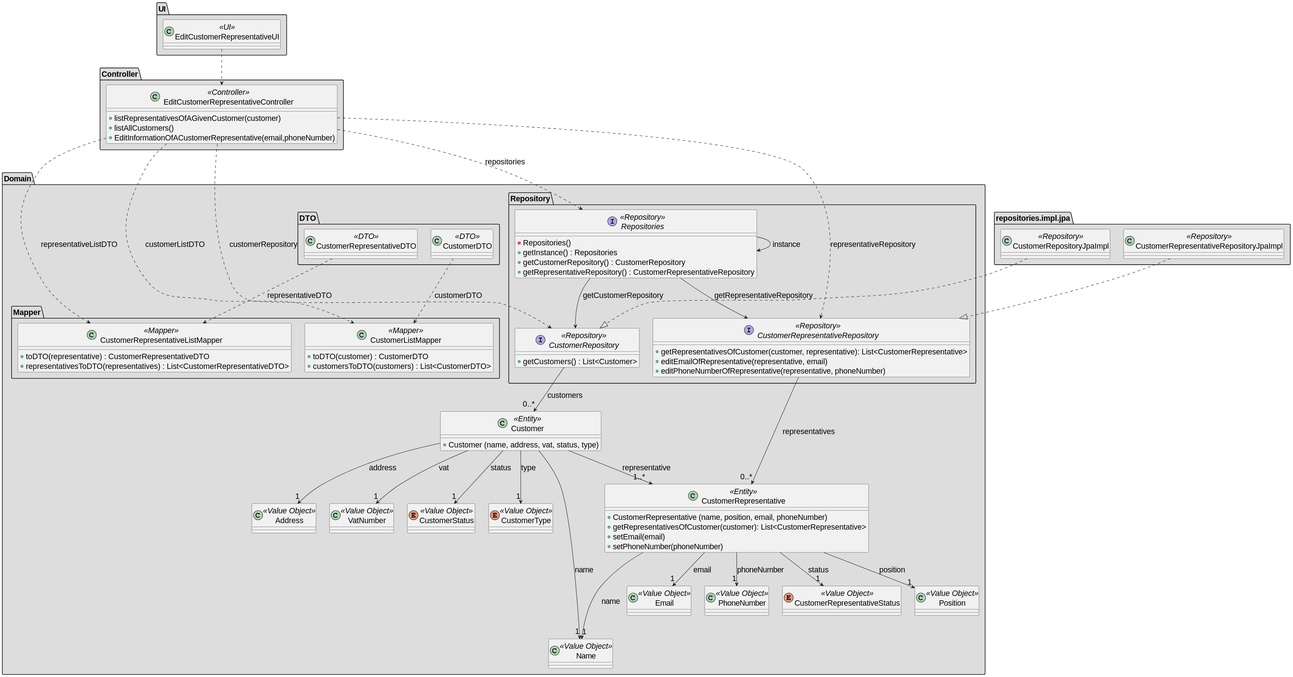
The PlantUML diagram docs/SPRINT_2/us223/images/class_diagram_us223.svg in diogoveirospro/sem4pi-2024-2025-sem4pi_2024_2025_g44, before a commit.
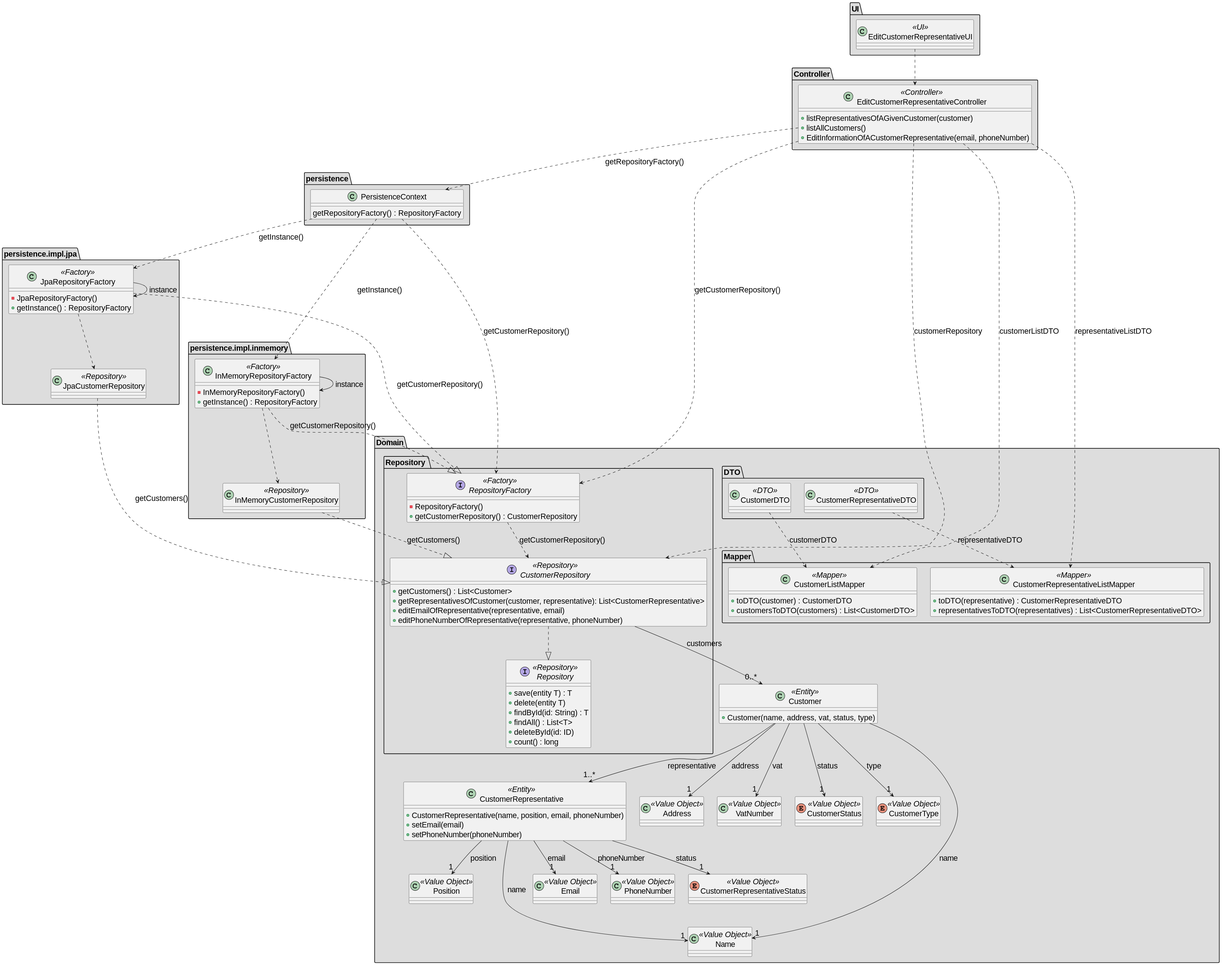
The same diagram one commit later.

What changed in the source:
```diff
@@ -6,11 +6,9 @@
 
     package "DTO" #DDDDDD {
         class CustomerDTO <<DTO>> {
-
         }
 
         class CustomerRepresentativeDTO <<DTO>> {
-
         }
     }
 
@@ -26,65 +24,69 @@
         }
     }
 
-    package "Repository" #DDDDDD {
+    package "Repository " #DDDDDD {
         Interface CustomerRepository <<Repository>> {
             + getCustomers() : List<Customer>
-        }
-        Interface CustomerRepresentativeRepository <<Repository>> {
             + getRepresentativesOfCustomer(customer, representative): List<CustomerRepresentative>
             + editEmailOfRepresentative(representative, email)
             + editPhoneNumberOfRepresentative(representative, phoneNumber)
         }
-        Interface Repositories <<Repository>> {
-            - Repositories()
-            + getInstance() : Repositories
+
+        Interface RepositoryFactory <<Factory>> {
+            - RepositoryFactory()
             + getCustomerRepository() : CustomerRepository
-            + getRepresentativeRepository() : CustomerRepresentativeRepository
+        }
+
+        Interface Repository <<Repository>> {
+            + save(entity T) : T
+            + delete(entity T)
+            + findById(id: String) : T
+            + findAll() : List<T>
+            + deleteById(id: ID)
+            + count() : long
         }
     }
 
     class Customer <<Entity>> {
-        + Customer (name, address, vat, status, type)
+        + Customer(name, address, vat, status, type)
     }
+
     class CustomerRepresentative <<Entity>> {
-        + CustomerRepresentative (name, position, email, phoneNumber)
-        + getRepresentativesOfCustomer(customer): List<CustomerRepresentative>
+        + CustomerRepresentative(name, position, email, phoneNumber)
         + setEmail(email)
         + setPhoneNumber(phoneNumber)
     }
 
     class Address <<Value Object>> {
-
-    }
-    class VatNumber <<Value Object>> {
-
-    }
-    enum CustomerStatus <<Value Object>> {
-
-    }
-    enum CustomerType <<Value Object>> {
-
-    }
-    class Position <<Value Object>> {
-
-    }
-    class Name <<Value Object>> {
-
-    }
-    class Email <<Value Object>> {
-
-    }
-    class PhoneNumber <<Value Object>> {
-
     }
 
-    enum CustomerRepresentativeStatus <<Value Object>>{
+    class VatNumber <<Value Object>> {
+    }
+
+    enum CustomerStatus <<Value Object>> {
+    }
+
+    enum CustomerType <<Value Object>> {
+    }
+
+    class Position <<Value Object>> {
+    }
+
+    class Name <<Value Object>> {
+    }
+
+    class Email <<Value Object>> {
+    }
+
+    class PhoneNumber <<Value Object>> {
+    }
+
+    enum CustomerRepresentativeStatus <<Value Object>> {
     }
 }
 
 package "UI" #DDDDDD {
     class EditCustomerRepresentativeUI <<UI>> {
-
     }
 }
 
@@ -92,21 +94,35 @@
     class EditCustomerRepresentativeController <<Controller>> {
         + listRepresentativesOfAGivenCustomer(customer)
         + listAllCustomers()
-        + EditInformationOfACustomerRepresentative(email,phoneNumber)
+        + EditInformationOfACustomerRepresentative(email, phoneNumber)
     }
 }
 
-package "repositories.impl.jpa" #DDDDDD {
-    class CustomerRepositoryJpaImpl <<Repository>> {
+package "persistence.impl.jpa" #DDDDDD {
+    class JpaCustomerRepository <<Repository>> {
     }
-    class CustomerRepresentativeRepositoryJpaImpl <<Repository>> {
+
+    class JpaRepositoryFactory <<Factory>> {
+        - JpaRepositoryFactory()
+        + getInstance() : RepositoryFactory
     }
 }
 
+package "persistence.impl.inmemory" #DDDDDD {
+    class InMemoryCustomerRepository <<Repository>> {
+    }
 
-CustomerRepositoryJpaImpl ..|> CustomerRepository
+    class InMemoryRepositoryFactory <<Factory>> {
+        - InMemoryRepositoryFactory()
+        + getInstance() : RepositoryFactory
+    }
+}
 
-CustomerRepresentativeRepositoryJpaImpl ..|> CustomerRepresentativeRepository
+package "persistence" #DDDDDD {
+    class PersistenceContext {
+        getRepositoryFactory() : RepositoryFactory
+    }
+}
 
 Customer --> "1..*" CustomerRepresentative : representative
 Customer --> "1" VatNumber : vat
@@ -121,24 +137,34 @@
 CustomerRepresentative --> "1" PhoneNumber : phoneNumber
 CustomerRepresentative --> "1" CustomerRepresentativeStatus : status
 
-
-Repositories --> Repositories : instance
-Repositories --> CustomerRepository : getCustomerRepository
-Repositories --> CustomerRepresentativeRepository : getRepresentativeRepository
-
+RepositoryFactory ..> CustomerRepository : getCustomerRepository()
 CustomerRepository --> "0..*" Customer : customers
-
-CustomerRepresentativeRepository --> "0..*" CustomerRepresentative : representatives
 
 EditCustomerRepresentativeUI ..> EditCustomerRepresentativeController
 
-EditCustomerRepresentativeController ..> Repositories : repositories
+EditCustomerRepresentativeController ..> RepositoryFactory : getCustomerRepository()
+EditCustomerRepresentativeController ..> CustomerRepository : customerRepository
 EditCustomerRepresentativeController ..> CustomerListMapper : customerListDTO
-EditCustomerRepresentativeController ..> CustomerRepresentativeRepository : representativeRepository
-EditCustomerRepresentativeController ..> CustomerRepository : customerRepository
 EditCustomerRepresentativeController ..> CustomerRepresentativeListMapper : representativeListDTO
+EditCustomerRepresentativeController ..> PersistenceContext : getRepositoryFactory()
 
 CustomerDTO ..> CustomerListMapper : customerDTO
+CustomerRepresentativeDTO ..> CustomerRepresentativeListMapper : representativeDTO
 
-CustomerRepresentativeDTO ..> CustomerRepresentativeListMapper : representativeDTO
+PersistenceContext ..> JpaRepositoryFactory : getInstance()
+PersistenceContext ..> InMemoryRepositoryFactory : getInstance()
+PersistenceContext ..> RepositoryFactory : getCustomerRepository()
+
+JpaRepositoryFactory ...|> RepositoryFactory : getCustomerRepository()
+JpaRepositoryFactory ..> JpaCustomerRepository
+JpaRepositoryFactory --> JpaRepositoryFactory : instance
+
+InMemoryRepositoryFactory .|> RepositoryFactory : getCustomerRepository()
+InMemoryRepositoryFactory ..> InMemoryCustomerRepository
+InMemoryRepositoryFactory --> InMemoryRepositoryFactory : instance
+
+JpaCustomerRepository ..|> CustomerRepository : getCustomers()
+InMemoryCustomerRepository ..|> CustomerRepository : getCustomers()
+
+CustomerRepository ..|> Repository
 @enduml
```
